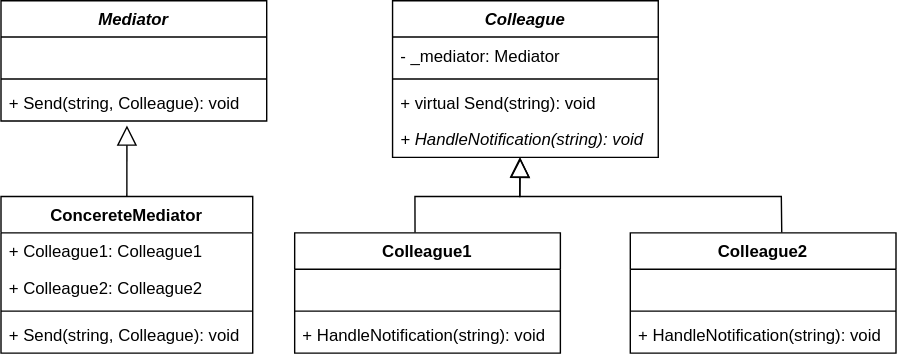
Earlier version of the draw.io export DesignPatternsInCSharp/Behavioral/Mediator/Mediator.svg (adamradocz/DesignPatternsInCSharp). Source tidied: cells renumbered, new cells last; positions are measured from the earlier drawing's top-left corner, leaving out a move shared by most shapes.
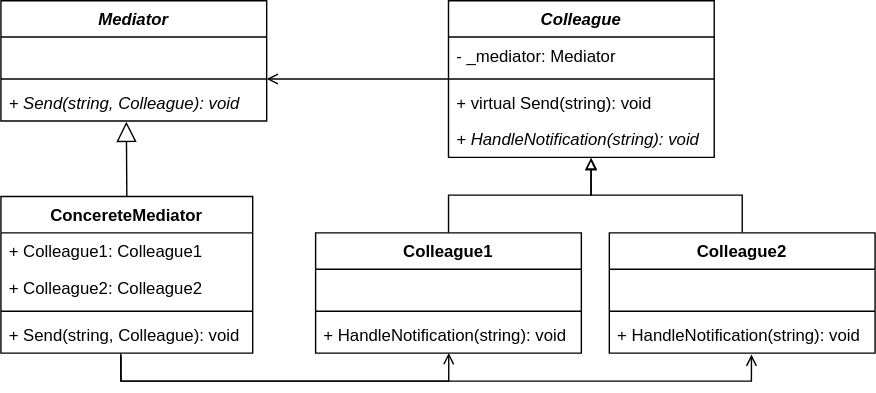
After the commit.

Commit message:
final version of uml diagram

Change to the diagram source:
```diff
@@ -2,8 +2,11 @@
   <root>
     <mxCell id="0" />
     <mxCell id="1" parent="0" />
+    <mxCell id="27" style="edgeStyle=orthogonalEdgeStyle;rounded=0;jettySize=auto;html=1;entryX=1;entryY=1.154;entryDx=0;entryDy=0;entryPerimeter=0;endArrow=open;endFill=0;" parent="1" edge="1" source="2" target="21">
+      <mxGeometry relative="1" as="geometry" />
+    </mxCell>
     <mxCell id="2" value="Colleague" style="swimlane;fontStyle=3;align=center;verticalAlign=top;horizontal=1;startSize=26;" parent="1" vertex="1">
-      <mxGeometry x="280" width="190" height="112" as="geometry" />
+      <mxGeometry x="320" width="190" height="112" as="geometry" />
     </mxCell>
     <mxCell id="3" value="- _mediator: Mediator" style="text;strokeColor=none;fillColor=none;align=left;verticalAlign=top;spacingLeft=4;spacingRight=4;overflow=hidden;" parent="2" vertex="1">
       <mxGeometry y="26" width="190" height="26" as="geometry" />
@@ -17,8 +20,11 @@
     <mxCell id="6" value="+ HandleNotification(string): void" style="text;strokeColor=none;fillColor=none;align=left;verticalAlign=top;spacingLeft=4;spacingRight=4;overflow=hidden;points=[[0,0.5],[1,0.5]];portConstraint=eastwest;fontStyle=2;" parent="2" vertex="1">
       <mxGeometry y="86" width="190" height="26" as="geometry" />
     </mxCell>
+    <mxCell id="28" style="edgeStyle=orthogonalEdgeStyle;rounded=0;jettySize=auto;html=1;entryX=0.537;entryY=1.009;entryDx=0;entryDy=0;entryPerimeter=0;endArrow=block;endFill=0;" parent="1" edge="1" source="7" target="6">
+      <mxGeometry relative="1" as="geometry" />
+    </mxCell>
     <mxCell id="7" value="Colleague1" style="swimlane;fontStyle=1;align=center;verticalAlign=top;horizontal=1;startSize=26;" parent="1" vertex="1">
-      <mxGeometry x="210" y="166" width="190" height="86" as="geometry" />
+      <mxGeometry x="225" y="166" width="190" height="86" as="geometry" />
     </mxCell>
     <mxCell id="8" value=" " style="text;strokeColor=none;fillColor=none;align=left;verticalAlign=top;spacingLeft=4;spacingRight=4;overflow=hidden;" parent="7" vertex="1">
       <mxGeometry y="26" width="190" height="26" as="geometry" />
@@ -29,8 +35,11 @@
     <mxCell id="10" value="+ HandleNotification(string): void" style="text;strokeColor=none;fillColor=none;align=left;verticalAlign=top;spacingLeft=4;spacingRight=4;overflow=hidden;points=[[0,0.5],[1,0.5]];portConstraint=eastwest;" parent="7" vertex="1">
       <mxGeometry y="60" width="190" height="26" as="geometry" />
     </mxCell>
+    <mxCell id="29" style="edgeStyle=orthogonalEdgeStyle;rounded=0;jettySize=auto;html=1;endArrow=block;endFill=0;entryX=0.536;entryY=1.031;entryDx=0;entryDy=0;entryPerimeter=0;" parent="1" edge="1" source="11" target="6">
+      <mxGeometry relative="1" as="geometry" />
+    </mxCell>
     <mxCell id="11" value="Colleague2" style="swimlane;fontStyle=1;align=center;verticalAlign=top;horizontal=1;startSize=26;" parent="1" vertex="1">
-      <mxGeometry x="450" y="166" width="190" height="86" as="geometry" />
+      <mxGeometry x="435" y="166" width="190" height="86" as="geometry" />
     </mxCell>
     <mxCell id="12" value=" " style="text;strokeColor=none;fillColor=none;align=left;verticalAlign=top;spacingLeft=4;spacingRight=4;overflow=hidden;" parent="11" vertex="1">
       <mxGeometry y="26" width="190" height="26" as="geometry" />
@@ -41,6 +50,17 @@
     <mxCell id="14" value="+ HandleNotification(string): void" style="text;strokeColor=none;fillColor=none;align=left;verticalAlign=top;spacingLeft=4;spacingRight=4;overflow=hidden;points=[[0,0.5],[1,0.5]];portConstraint=eastwest;" parent="11" vertex="1">
       <mxGeometry y="60" width="190" height="26" as="geometry" />
     </mxCell>
+    <mxCell id="30" style="edgeStyle=orthogonalEdgeStyle;rounded=0;jettySize=auto;html=1;entryX=0.501;entryY=0.995;entryDx=0;entryDy=0;entryPerimeter=0;endArrow=open;endFill=0;exitX=0.476;exitY=1.009;exitDx=0;exitDy=0;exitPerimeter=0;" parent="1" edge="1" source="19" target="10">
+      <mxGeometry relative="1" as="geometry" />
+    </mxCell>
+    <mxCell id="31" style="edgeStyle=orthogonalEdgeStyle;rounded=0;jettySize=auto;html=1;entryX=0.535;entryY=1.038;entryDx=0;entryDy=0;entryPerimeter=0;endArrow=open;endFill=0;exitX=0.477;exitY=1.06;exitDx=0;exitDy=0;exitPerimeter=0;" parent="1" edge="1" source="19" target="14">
+      <mxGeometry relative="1" as="geometry">
+        <Array as="points">
+          <mxPoint x="86" y="272" />
+          <mxPoint x="537" y="272" />
+        </Array>
+      </mxGeometry>
+    </mxCell>
     <mxCell id="15" value="ConcereteMediator" style="swimlane;fontStyle=1;align=center;verticalAlign=top;horizontal=1;startSize=26;" parent="1" vertex="1">
       <mxGeometry y="140" width="180" height="112" as="geometry" />
     </mxCell>
@@ -65,29 +85,11 @@
     <mxCell id="22" style="line;strokeWidth=1;fillColor=none;align=left;verticalAlign=middle;spacingTop=-1;spacingLeft=3;spacingRight=3;labelPosition=right;" parent="20" vertex="1">
       <mxGeometry y="52" width="190" height="8" as="geometry" />
     </mxCell>
-    <mxCell id="23" value="+ Send(string, Colleague): void" style="text;strokeColor=none;fillColor=none;align=left;verticalAlign=top;spacingLeft=4;spacingRight=4;overflow=hidden;points=[[0,0.5],[1,0.5]];portConstraint=eastwest;fontStyle=0;" parent="20" vertex="1">
+    <mxCell id="23" value="+ Send(string, Colleague): void" style="text;strokeColor=none;fillColor=none;align=left;verticalAlign=top;spacingLeft=4;spacingRight=4;overflow=hidden;points=[[0,0.5],[1,0.5]];portConstraint=eastwest;fontStyle=2;" parent="20" vertex="1">
       <mxGeometry y="60" width="190" height="26" as="geometry" />
     </mxCell>
-    <mxCell id="24" style="endArrow=block;endFill=0;endSize=12;html=1;rounded=0;entryX=0.474;entryY=1.122;entryDx=0;entryDy=0;entryPerimeter=0;exitX=0.5;exitY=0;exitDx=0;exitDy=0;" parent="1" edge="1" source="15" target="23">
+    <mxCell id="24" style="endArrow=block;endFill=0;endSize=12;html=1;rounded=0;entryX=0.472;entryY=1.018;entryDx=0;entryDy=0;entryPerimeter=0;exitX=0.5;exitY=0;exitDx=0;exitDy=0;" parent="1" edge="1" source="15" target="23">
       <mxGeometry relative="1" as="geometry" />
     </mxCell>
-    <mxCell id="25" style="endArrow=block;endFill=0;endSize=12;html=1;rounded=0;entryX=0.481;entryY=1.05;entryDx=0;entryDy=0;entryPerimeter=0;exitX=0.453;exitY=-0.002;exitDx=0;exitDy=0;exitPerimeter=0;" parent="1" edge="1" source="7">
-      <mxGeometry relative="1" as="geometry">
-        <mxPoint x="371.4" y="112.3" as="targetPoint" />
-        <Array as="points">
-          <mxPoint x="296" y="140" />
-          <mxPoint x="371" y="140" />
-        </Array>
-      </mxGeometry>
-    </mxCell>
-    <mxCell id="26" style="endArrow=block;endFill=0;endSize=12;html=1;rounded=0;exitX=0.57;exitY=-0.003;exitDx=0;exitDy=0;exitPerimeter=0;" parent="1" edge="1" source="11">
-      <mxGeometry relative="1" as="geometry">
-        <mxPoint x="371" y="112" as="targetPoint" />
-        <Array as="points">
-          <mxPoint x="558" y="140" />
-          <mxPoint x="371" y="140" />
-        </Array>
-      </mxGeometry>
-    </mxCell>
   </root>
 </mxGraphModel>
```
